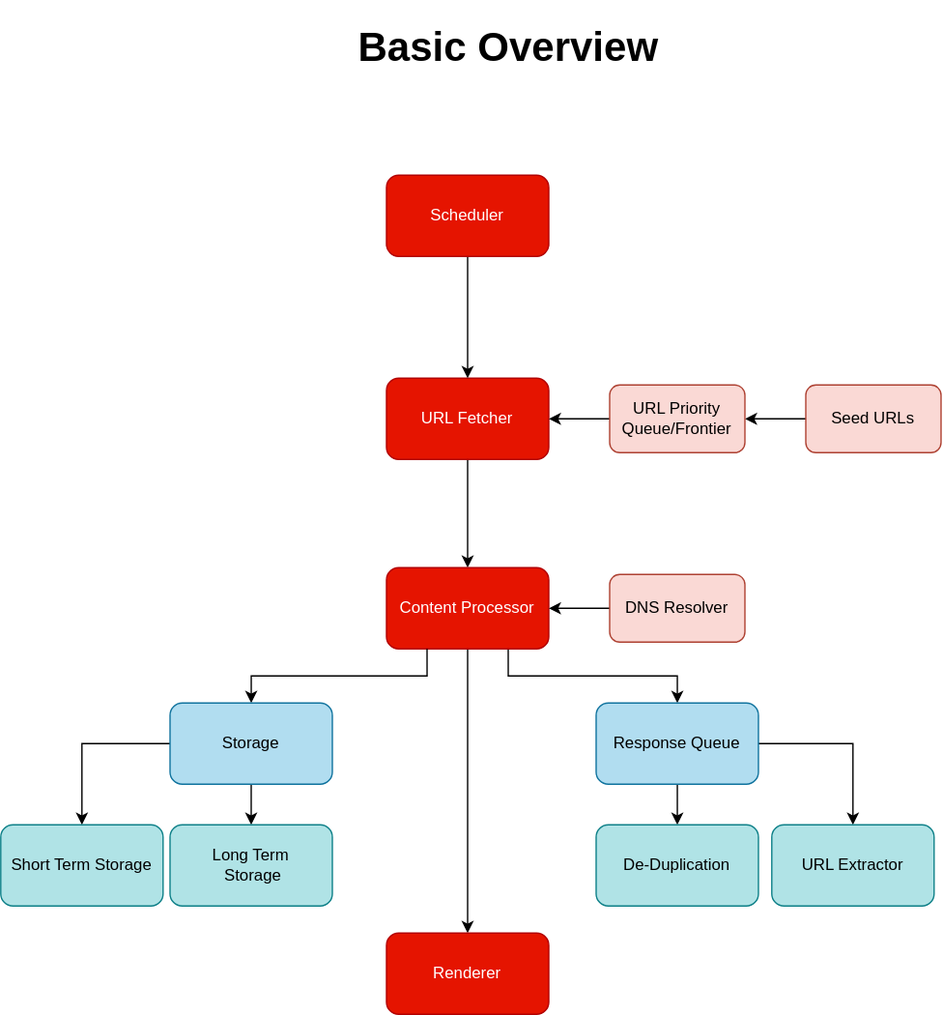
Above: SystemDesign.drawio.svg in techapostle/PyCrawler (draw.io), before the change. Source tidied: cells renumbered, new cells last; positions are measured from the earlier drawing's top-left corner, leaving out a move shared by most shapes.
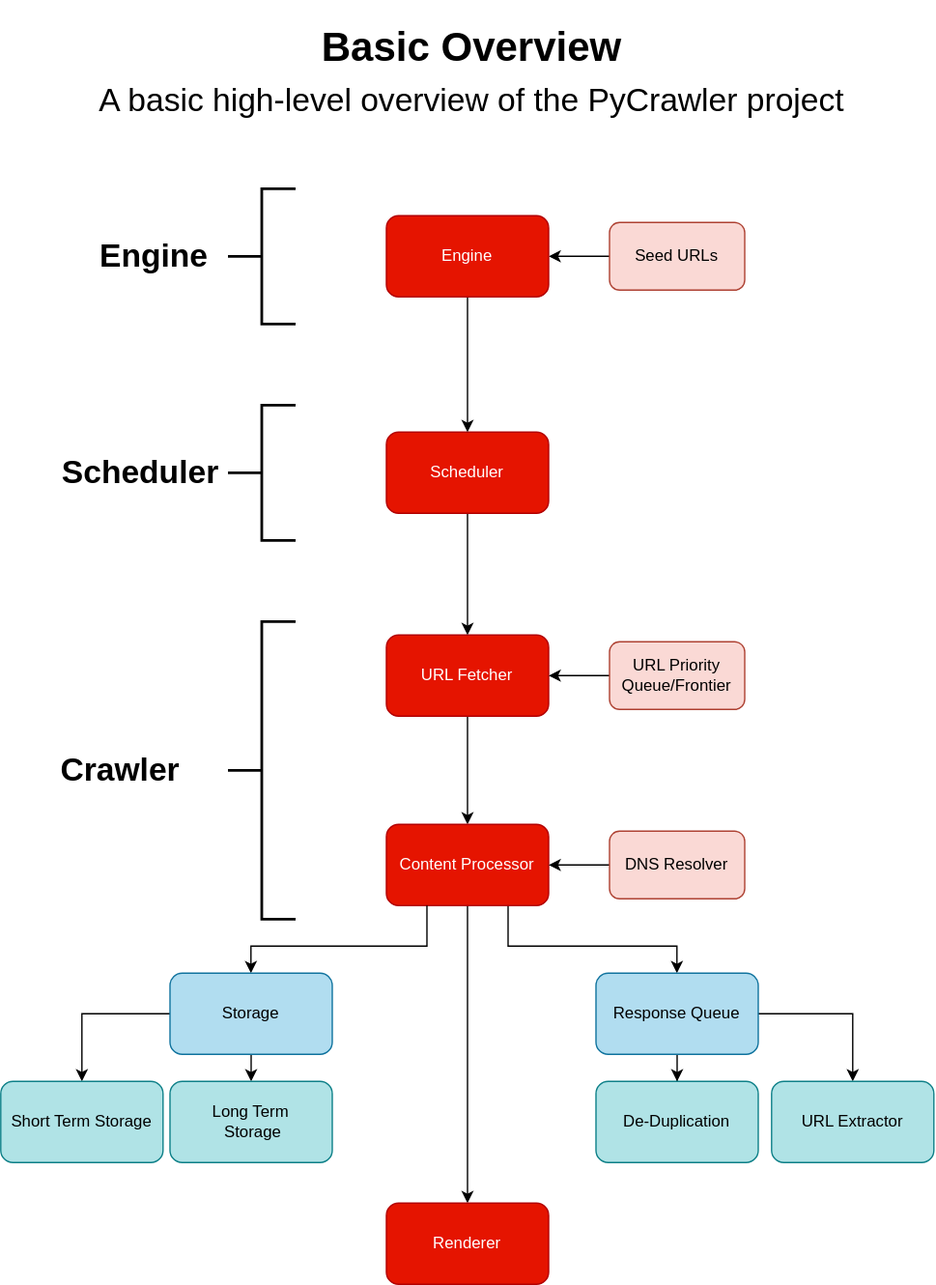
After the commit.

Diff of the diagram source:
```diff
@@ -8,11 +8,11 @@
     <mxCell id="3" value="&lt;div&gt;URL Fetcher&lt;/div&gt;" style="rounded=1;whiteSpace=wrap;html=1;fillColor=#e51400;strokeColor=#B20000;fontColor=#ffffff;" parent="1" vertex="1">
       <mxGeometry x="285.1" y="270" width="120" height="60" as="geometry" />
     </mxCell>
-    <mxCell id="4" style="edgeStyle=orthogonalEdgeStyle;rounded=0;jettySize=auto;html=1;" parent="1" edge="1" source="5" target="7">
-      <mxGeometry relative="1" as="geometry" />
-    </mxCell>
+    <mxCell id="28" style="edgeStyle=orthogonalEdgeStyle;rounded=0;jettySize=auto;html=1;" parent="1" edge="1" source="5" target="30">
+      <mxGeometry relative="1" as="geometry" />
+    </mxCell>
     <mxCell id="5" value="Seed URLs" style="rounded=1;whiteSpace=wrap;html=1;fillColor=#fad9d5;strokeColor=#ae4132;" parent="1" vertex="1">
-      <mxGeometry x="595.1" y="275" width="100" height="50" as="geometry" />
+      <mxGeometry x="450.1" y="-35" width="100" height="50" as="geometry" />
     </mxCell>
     <mxCell id="6" style="edgeStyle=orthogonalEdgeStyle;rounded=0;jettySize=auto;html=1;" parent="1" edge="1" source="7" target="3">
       <mxGeometry relative="1" as="geometry" />
@@ -27,7 +27,12 @@
       <mxGeometry x="285.1" y="120" width="120" height="60" as="geometry" />
     </mxCell>
     <mxCell id="10" style="edgeStyle=orthogonalEdgeStyle;rounded=0;jettySize=auto;html=1;exitX=0.75;exitY=1;exitDx=0;exitDy=0;" parent="1" edge="1" source="12" target="24">
-      <mxGeometry relative="1" as="geometry" />
+      <mxGeometry relative="1" as="geometry">
+        <Array as="points">
+          <mxPoint x="375" y="500" />
+          <mxPoint x="500" y="500" />
+        </Array>
+      </mxGeometry>
     </mxCell>
     <mxCell id="11" style="edgeStyle=orthogonalEdgeStyle;rounded=0;jettySize=auto;html=1;exitX=0.5;exitY=1;exitDx=0;exitDy=0;" parent="1" edge="1" source="12" target="27">
       <mxGeometry relative="1" as="geometry" />
@@ -36,10 +41,15 @@
       <mxGeometry x="285.1" y="410" width="120" height="60" as="geometry" />
     </mxCell>
     <mxCell id="13" style="edgeStyle=orthogonalEdgeStyle;rounded=0;jettySize=auto;html=1;exitX=0.25;exitY=1;exitDx=0;exitDy=0;" parent="1" edge="1" source="12" target="19">
-      <mxGeometry relative="1" as="geometry" />
+      <mxGeometry relative="1" as="geometry">
+        <Array as="points">
+          <mxPoint x="315" y="500" />
+          <mxPoint x="185" y="500" />
+        </Array>
+      </mxGeometry>
     </mxCell>
     <mxCell id="14" value="&lt;h1&gt;&lt;font style=&quot;font-size: 30px;&quot;&gt;Basic Overview&lt;/font&gt;&lt;/h1&gt;" style="text;html=1;align=center;verticalAlign=middle;strokeColor=none;fillColor=none;" parent="1" vertex="1">
-      <mxGeometry x="255" width="240" height="50" as="geometry" />
+      <mxGeometry x="228" y="-190" width="240" height="50" as="geometry" />
     </mxCell>
     <mxCell id="15" style="edgeStyle=orthogonalEdgeStyle;rounded=0;jettySize=auto;html=1;" parent="1" edge="1" source="16">
       <mxGeometry relative="1" as="geometry">
@@ -61,7 +71,7 @@
       <mxGeometry relative="1" as="geometry" />
     </mxCell>
     <mxCell id="19" value="Storage" style="rounded=1;whiteSpace=wrap;html=1;fillColor=#b1ddf0;strokeColor=#10739e;" parent="1" vertex="1">
-      <mxGeometry x="125.1" y="510" width="120" height="60" as="geometry" />
+      <mxGeometry x="125.1" y="520" width="120" height="60" as="geometry" />
     </mxCell>
     <mxCell id="20" value="&lt;div&gt;Long Term&lt;/div&gt;&lt;div&gt;&amp;nbsp;Storage&lt;/div&gt;" style="rounded=1;whiteSpace=wrap;html=1;fillColor=#b0e3e6;strokeColor=#0e8088;" parent="1" vertex="1">
       <mxGeometry x="125.1" y="600" width="120" height="60" as="geometry" />
@@ -76,7 +86,7 @@
       <mxGeometry relative="1" as="geometry" />
     </mxCell>
     <mxCell id="24" value="Response Queue" style="rounded=1;whiteSpace=wrap;html=1;fillColor=#b1ddf0;strokeColor=#10739e;" parent="1" vertex="1">
-      <mxGeometry x="440.1" y="510" width="120" height="60" as="geometry" />
+      <mxGeometry x="440.1" y="520" width="120" height="60" as="geometry" />
     </mxCell>
     <mxCell id="25" value="&lt;div&gt;URL Extractor&lt;/div&gt;" style="rounded=1;whiteSpace=wrap;html=1;fillColor=#b0e3e6;strokeColor=#0e8088;" parent="1" vertex="1">
       <mxGeometry x="570" y="600" width="120" height="60" as="geometry" />
@@ -85,7 +95,34 @@
       <mxGeometry x="440.1" y="600" width="120" height="60" as="geometry" />
     </mxCell>
     <mxCell id="27" value="Renderer" style="rounded=1;whiteSpace=wrap;html=1;fillColor=#e51400;fontColor=#ffffff;strokeColor=#B20000;" parent="1" vertex="1">
-      <mxGeometry x="285.1" y="680" width="120" height="60" as="geometry" />
+      <mxGeometry x="285.1" y="690" width="120" height="60" as="geometry" />
     </mxCell>
+    <mxCell id="29" style="edgeStyle=orthogonalEdgeStyle;rounded=0;jettySize=auto;html=1;" parent="1" edge="1" source="30" target="9">
+      <mxGeometry relative="1" as="geometry" />
+    </mxCell>
+    <mxCell id="30" value="&lt;div&gt;Engine&lt;/div&gt;" style="rounded=1;whiteSpace=wrap;html=1;fillColor=#e51400;strokeColor=#B20000;fontColor=#ffffff;" parent="1" vertex="1">
+      <mxGeometry x="285.1" y="-40" width="120" height="60" as="geometry" />
+    </mxCell>
+    <mxCell id="31" value="&lt;font style=&quot;font-size: 24px;&quot;&gt;&lt;b&gt;Engine&lt;/b&gt;&lt;/font&gt;" style="text;html=1;align=center;verticalAlign=middle;strokeColor=none;fillColor=none;" parent="1" vertex="1">
+      <mxGeometry x="63" y="-20" width="100" height="20" as="geometry" />
+    </mxCell>
+    <mxCell id="32" value="&lt;font style=&quot;font-size: 24px;&quot;&gt;&lt;b&gt;Scheduler&lt;/b&gt;&lt;/font&gt;" style="text;html=1;align=center;verticalAlign=middle;strokeColor=none;fillColor=none;" parent="1" vertex="1">
+      <mxGeometry x="38" y="140" width="130" height="20" as="geometry" />
+    </mxCell>
+    <mxCell id="33" value="&lt;font style=&quot;font-size: 24px;&quot;&gt;&lt;b&gt;Crawler&lt;/b&gt;&lt;/font&gt;" style="text;html=1;align=center;verticalAlign=middle;strokeColor=none;fillColor=none;" parent="1" vertex="1">
+      <mxGeometry x="38" y="360" width="100" height="20" as="geometry" />
+    </mxCell>
+    <mxCell id="34" style="strokeWidth=2;html=1;shape=mxgraph.flowchart.annotation_2;align=left;labelPosition=right;fontSize=24;" parent="1" vertex="1">
+      <mxGeometry x="168" y="-60" width="50" height="100" as="geometry" />
+    </mxCell>
+    <mxCell id="35" style="strokeWidth=2;html=1;shape=mxgraph.flowchart.annotation_2;align=left;labelPosition=right;fontSize=24;" parent="1" vertex="1">
+      <mxGeometry x="168" y="100" width="50" height="100" as="geometry" />
+    </mxCell>
+    <mxCell id="36" style="strokeWidth=2;html=1;shape=mxgraph.flowchart.annotation_2;align=left;labelPosition=right;fontSize=24;" parent="1" vertex="1">
+      <mxGeometry x="168" y="260" width="50" height="220" as="geometry" />
+    </mxCell>
+    <mxCell id="37" value="A basic high-level overview of the PyCrawler project" style="text;html=1;align=center;verticalAlign=middle;strokeColor=none;fillColor=none;fontSize=24;" parent="1" vertex="1">
+      <mxGeometry x="68" y="-140" width="560" height="30" as="geometry" />
+    </mxCell>
   </root>
 </mxGraphModel>
```
